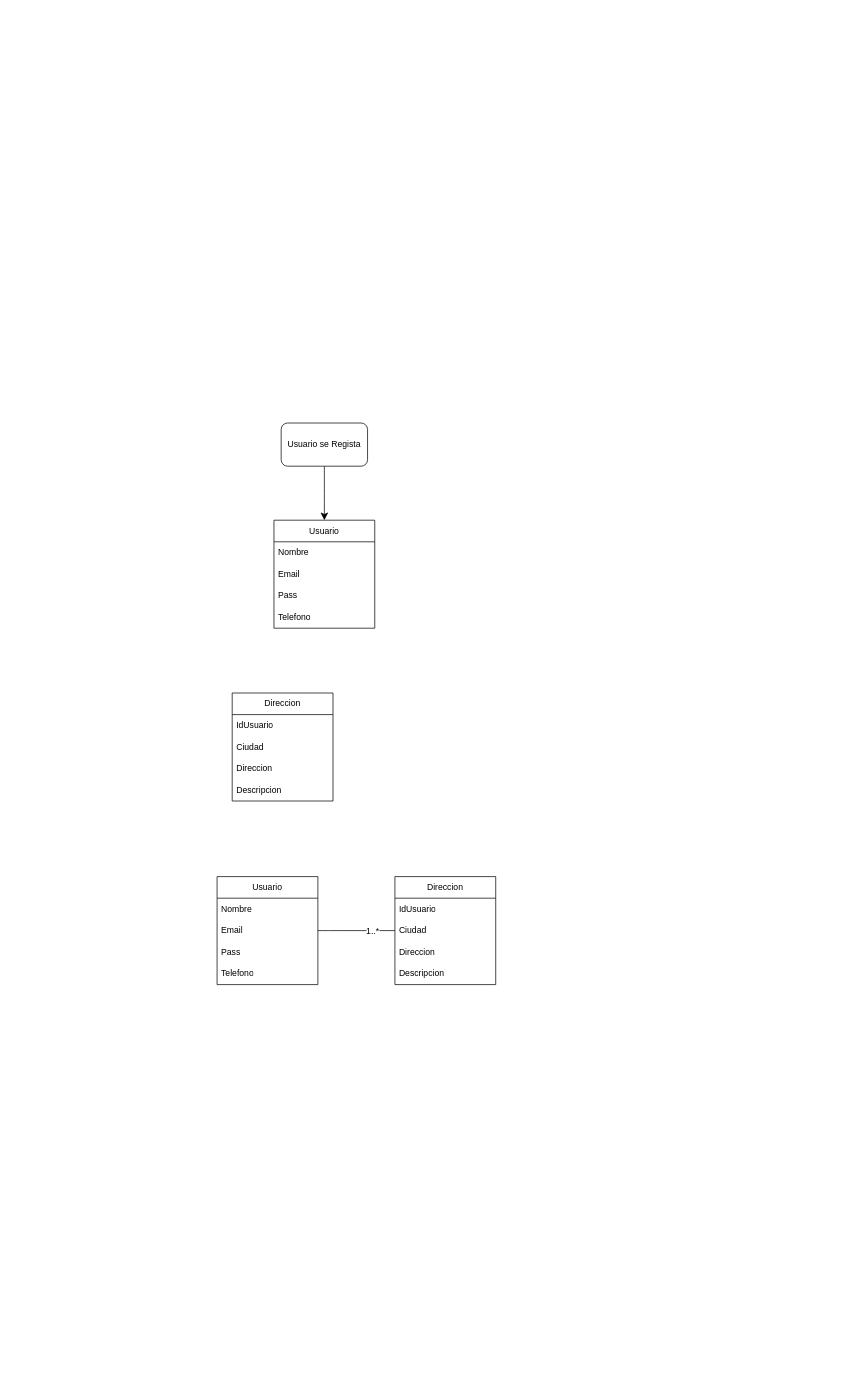
The draw.io diagram Orum.drawio in luigy23/Diagramas-drawio, before the edit. Source tidied: cells renumbered, new cells numbered last; positions are measured from the earlier drawing's top-left corner, leaving out a move shared by most shapes. Both pictures are drawn from the tidied source at 72%, with x=0, y=0 at pixel (217, 423).
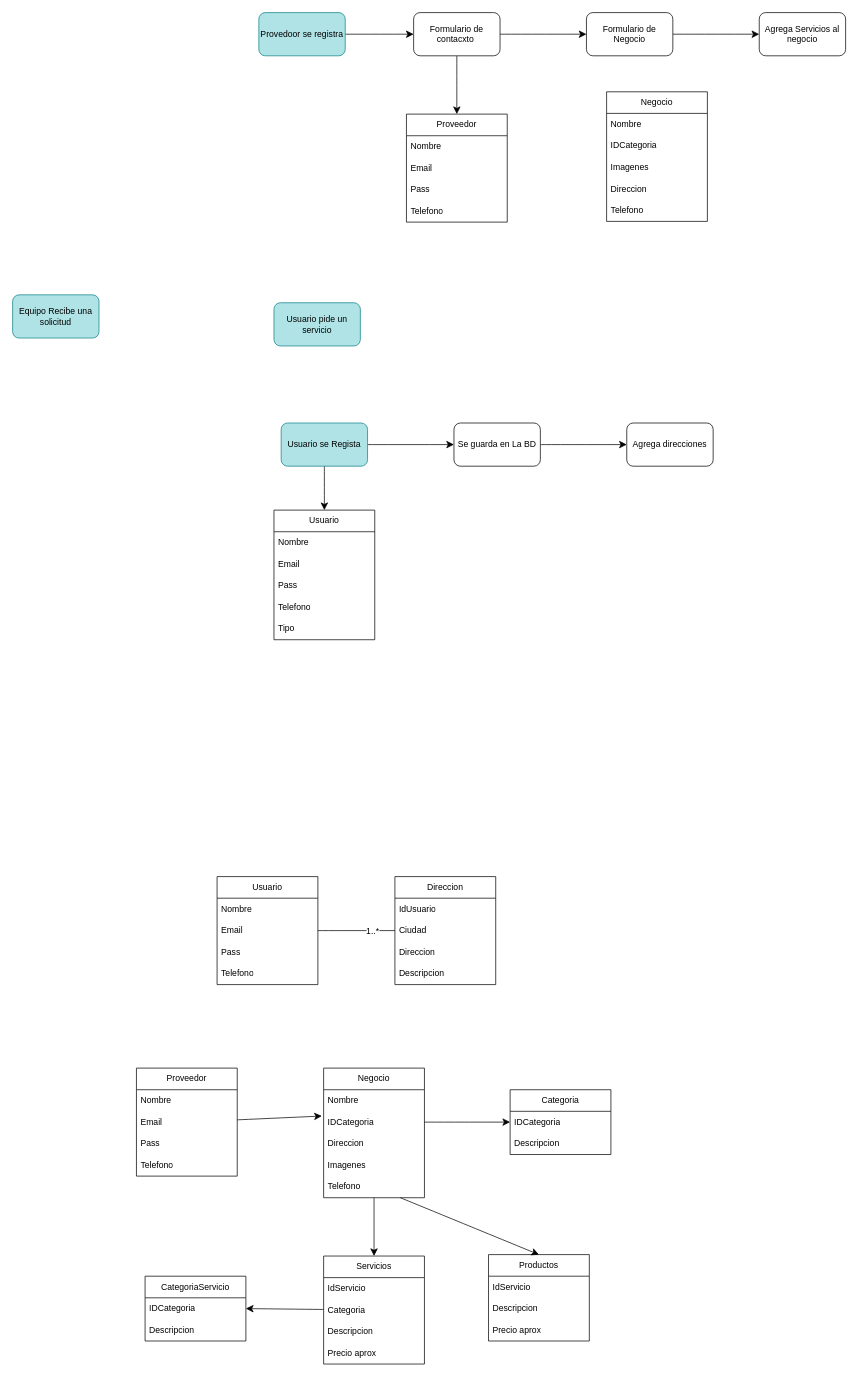
The same diagram, later.

Change to the diagram source:
```diff
@@
+    <mxCell id="26" style="edgeStyle=none;curved=1;rounded=0;jettySize=auto;html=1;fontSize=12;startSize=8;endSize=8;" parent="1" edge="1" source="3" target="29">
+      <mxGeometry relative="1" as="geometry" />
+    </mxCell>
-    <mxCell id="3" value="Usuario se Regista" style="rounded=1;whiteSpace=wrap;html=1;" parent="1" vertex="1">
+    <mxCell id="3" value="Usuario se Regista" style="rounded=1;whiteSpace=wrap;html=1;fillColor=#b0e3e6;strokeColor=#0e8088;" parent="1" vertex="1">
       <mxGeometry x="89" width="120" height="60" as="geometry" />
     </mxCell>
     <mxCell id="4" value="Usuario" style="swimlane;fontStyle=0;horizontal=1;startSize=30;whiteSpace=wrap;html=1;" parent="1" vertex="1">
-      <mxGeometry x="79" y="135" width="140" height="150" as="geometry" />
+      <mxGeometry x="79" y="121" width="140" height="180" as="geometry" />
     </mxCell>
@@
-    <mxCell id="9" value="Direccion" style="swimlane;fontStyle=0;horizontal=1;startSize=30;whiteSpace=wrap;html=1;" parent="1" vertex="1">
-      <mxGeometry x="21" y="375" width="140" height="150" as="geometry" />
-    </mxCell>
-    <mxCell id="10" value="IdUsuario" style="text;strokeColor=none;fillColor=none;align=left;verticalAlign=middle;spacingLeft=4;spacingRight=4;overflow=hidden;whiteSpace=wrap;html=1;" parent="9" vertex="1">
-      <mxGeometry y="30" width="140" height="30" as="geometry" />
-    </mxCell>
-    <mxCell id="11" value="Ciudad" style="text;strokeColor=none;fillColor=none;align=left;verticalAlign=middle;spacingLeft=4;spacingRight=4;overflow=hidden;whiteSpace=wrap;html=1;" parent="9" vertex="1">
-      <mxGeometry y="60" width="140" height="30" as="geometry" />
-    </mxCell>
-    <mxCell id="12" value="Direccion" style="text;strokeColor=none;fillColor=none;align=left;verticalAlign=middle;spacingLeft=4;spacingRight=4;overflow=hidden;whiteSpace=wrap;html=1;" parent="9" vertex="1">
-      <mxGeometry y="90" width="140" height="30" as="geometry" />
-    </mxCell>
-    <mxCell id="13" value="Descripcion" style="text;strokeColor=none;fillColor=none;align=left;verticalAlign=middle;spacingLeft=4;spacingRight=4;overflow=hidden;whiteSpace=wrap;html=1;" parent="9" vertex="1">
-      <mxGeometry y="120" width="140" height="30" as="geometry" />
-    </mxCell>
+    <mxCell id="27" value="Tipo" style="text;strokeColor=none;fillColor=none;align=left;verticalAlign=middle;spacingLeft=4;spacingRight=4;overflow=hidden;whiteSpace=wrap;html=1;" parent="4" vertex="1">
+      <mxGeometry y="150" width="140" height="30" as="geometry" />
+    </mxCell>
@@
+    <mxCell id="28" style="edgeStyle=none;curved=1;rounded=0;jettySize=auto;html=1;fontSize=12;startSize=8;endSize=8;" parent="1" edge="1" source="29" target="30">
+      <mxGeometry relative="1" as="geometry" />
+    </mxCell>
+    <mxCell id="29" value="Se guarda en La BD" style="rounded=1;whiteSpace=wrap;html=1;" parent="1" vertex="1">
+      <mxGeometry x="329" width="120" height="60" as="geometry" />
+    </mxCell>
+    <mxCell id="30" value="Agrega direcciones" style="rounded=1;whiteSpace=wrap;html=1;" parent="1" vertex="1">
+      <mxGeometry x="569" width="120" height="60" as="geometry" />
+    </mxCell>
+    <mxCell id="31" value="Usuario pide un servicio" style="rounded=1;whiteSpace=wrap;html=1;fillColor=#b0e3e6;strokeColor=#0e8088;" parent="1" vertex="1">
+      <mxGeometry x="79" y="-167" width="120" height="60" as="geometry" />
+    </mxCell>
+    <mxCell id="32" style="edgeStyle=none;curved=1;rounded=0;jettySize=auto;html=1;fontSize=12;startSize=8;endSize=8;" parent="1" edge="1" source="33" target="67">
+      <mxGeometry relative="1" as="geometry" />
+    </mxCell>
+    <mxCell id="33" value="Provedoor se registra" style="rounded=1;whiteSpace=wrap;html=1;fillColor=#b0e3e6;strokeColor=#0e8088;" parent="1" vertex="1">
+      <mxGeometry x="58" y="-570" width="120" height="60" as="geometry" />
+    </mxCell>
+    <mxCell id="34" value="Equipo Recibe una solicitud" style="rounded=1;whiteSpace=wrap;html=1;fillColor=#b0e3e6;strokeColor=#0e8088;" parent="1" vertex="1">
+      <mxGeometry x="-284" y="-178" width="120" height="60" as="geometry" />
+    </mxCell>
+    <mxCell id="35" value="Proveedor" style="swimlane;fontStyle=0;horizontal=1;startSize=30;whiteSpace=wrap;html=1;" parent="1" vertex="1">
+      <mxGeometry x="-112" y="896" width="140" height="150" as="geometry" />
+    </mxCell>
+    <mxCell id="36" value="Nombre" style="text;strokeColor=none;fillColor=none;align=left;verticalAlign=middle;spacingLeft=4;spacingRight=4;overflow=hidden;whiteSpace=wrap;html=1;" parent="35" vertex="1">
+      <mxGeometry y="30" width="140" height="30" as="geometry" />
+    </mxCell>
+    <mxCell id="37" value="Email" style="text;strokeColor=none;fillColor=none;align=left;verticalAlign=middle;spacingLeft=4;spacingRight=4;overflow=hidden;whiteSpace=wrap;html=1;" parent="35" vertex="1">
+      <mxGeometry y="60" width="140" height="30" as="geometry" />
+    </mxCell>
+    <mxCell id="38" value="Pass" style="text;strokeColor=none;fillColor=none;align=left;verticalAlign=middle;spacingLeft=4;spacingRight=4;overflow=hidden;whiteSpace=wrap;html=1;" parent="35" vertex="1">
+      <mxGeometry y="90" width="140" height="30" as="geometry" />
+    </mxCell>
+    <mxCell id="39" value="Telefono" style="text;strokeColor=none;fillColor=none;align=left;verticalAlign=middle;spacingLeft=4;spacingRight=4;overflow=hidden;whiteSpace=wrap;html=1;" parent="35" vertex="1">
+      <mxGeometry y="120" width="140" height="30" as="geometry" />
+    </mxCell>
+    <mxCell id="40" style="edgeStyle=none;curved=1;rounded=0;jettySize=auto;html=1;fontSize=12;startSize=8;endSize=8;" parent="1" edge="1" source="41" target="51">
+      <mxGeometry relative="1" as="geometry" />
+    </mxCell>
+    <mxCell id="41" value="Negocio" style="swimlane;fontStyle=0;horizontal=1;startSize=30;whiteSpace=wrap;html=1;" parent="1" vertex="1">
+      <mxGeometry x="148" y="896" width="140" height="180" as="geometry" />
+    </mxCell>
+    <mxCell id="42" value="Nombre" style="text;strokeColor=none;fillColor=none;align=left;verticalAlign=middle;spacingLeft=4;spacingRight=4;overflow=hidden;whiteSpace=wrap;html=1;" parent="41" vertex="1">
+      <mxGeometry y="30" width="140" height="30" as="geometry" />
+    </mxCell>
+    <mxCell id="43" value="IDCategoria" style="text;strokeColor=none;fillColor=none;align=left;verticalAlign=middle;spacingLeft=4;spacingRight=4;overflow=hidden;points=[[0,0.5],[1,0.5]];portConstraint=eastwest;whiteSpace=wrap;html=1;" parent="41" vertex="1">
+      <mxGeometry y="60" width="140" height="30" as="geometry" />
+    </mxCell>
+    <mxCell id="12" value="Direccion" style="text;strokeColor=none;fillColor=none;align=left;verticalAlign=middle;spacingLeft=4;spacingRight=4;overflow=hidden;whiteSpace=wrap;html=1;" parent="41" vertex="1">
+      <mxGeometry y="90" width="140" height="30" as="geometry" />
+    </mxCell>
+    <mxCell id="44" value="Imagenes" style="text;strokeColor=none;fillColor=none;align=left;verticalAlign=middle;spacingLeft=4;spacingRight=4;overflow=hidden;whiteSpace=wrap;html=1;" parent="41" vertex="1">
+      <mxGeometry y="120" width="140" height="30" as="geometry" />
+    </mxCell>
+    <mxCell id="45" value="Telefono" style="text;strokeColor=none;fillColor=none;align=left;verticalAlign=middle;spacingLeft=4;spacingRight=4;overflow=hidden;points=[[0,0.5],[1,0.5]];portConstraint=eastwest;whiteSpace=wrap;html=1;" parent="41" vertex="1">
+      <mxGeometry y="150" width="140" height="30" as="geometry" />
+    </mxCell>
+    <mxCell id="46" value="Categoria" style="swimlane;fontStyle=0;horizontal=1;startSize=30;whiteSpace=wrap;html=1;" parent="1" vertex="1">
+      <mxGeometry x="407" y="926" width="140" height="90" as="geometry" />
+    </mxCell>
+    <mxCell id="47" value="IDCategoria" style="text;strokeColor=none;fillColor=none;align=left;verticalAlign=middle;spacingLeft=4;spacingRight=4;overflow=hidden;points=[[0,0.5],[1,0.5]];portConstraint=eastwest;whiteSpace=wrap;html=1;" parent="46" vertex="1">
+      <mxGeometry y="30" width="140" height="30" as="geometry" />
+    </mxCell>
+    <mxCell id="48" value="Descripcion" style="text;strokeColor=none;fillColor=none;align=left;verticalAlign=middle;spacingLeft=4;spacingRight=4;overflow=hidden;whiteSpace=wrap;html=1;" parent="46" vertex="1">
+      <mxGeometry y="60" width="140" height="30" as="geometry" />
+    </mxCell>
+    <mxCell id="49" style="edgeStyle=none;curved=1;rounded=0;jettySize=auto;html=1;exitX=1;exitY=0.5;exitDx=0;exitDy=0;entryX=0;entryY=0.5;entryDx=0;entryDy=0;fontSize=12;startSize=8;endSize=8;" parent="1" edge="1" source="43" target="47">
+      <mxGeometry relative="1" as="geometry" />
+    </mxCell>
+    <mxCell id="50" style="edgeStyle=none;curved=1;rounded=0;jettySize=auto;html=1;entryX=-0.018;entryY=0.219;entryDx=0;entryDy=0;entryPerimeter=0;fontSize=12;startSize=8;endSize=8;" parent="1" edge="1" source="35" target="43">
+      <mxGeometry relative="1" as="geometry" />
+    </mxCell>
+    <mxCell id="51" value="Servicios" style="swimlane;fontStyle=0;horizontal=1;startSize=30;whiteSpace=wrap;html=1;" parent="1" vertex="1">
+      <mxGeometry x="148" y="1157" width="140" height="150" as="geometry" />
+    </mxCell>
+    <mxCell id="52" value="IdServicio" style="text;strokeColor=none;fillColor=none;align=left;verticalAlign=middle;spacingLeft=4;spacingRight=4;overflow=hidden;whiteSpace=wrap;html=1;" parent="51" vertex="1">
+      <mxGeometry y="30" width="140" height="30" as="geometry" />
+    </mxCell>
+    <mxCell id="53" value="Categoria" style="text;strokeColor=none;fillColor=none;align=left;verticalAlign=middle;spacingLeft=4;spacingRight=4;overflow=hidden;points=[[0,0.5],[1,0.5]];portConstraint=eastwest;whiteSpace=wrap;html=1;" parent="51" vertex="1">
+      <mxGeometry y="60" width="140" height="30" as="geometry" />
+    </mxCell>
+    <mxCell id="54" value="Descripcion" style="text;strokeColor=none;fillColor=none;align=left;verticalAlign=middle;spacingLeft=4;spacingRight=4;overflow=hidden;whiteSpace=wrap;html=1;" parent="51" vertex="1">
+      <mxGeometry y="90" width="140" height="30" as="geometry" />
+    </mxCell>
+    <mxCell id="55" value="Precio aprox" style="text;strokeColor=none;fillColor=none;align=left;verticalAlign=middle;spacingLeft=4;spacingRight=4;overflow=hidden;whiteSpace=wrap;html=1;" parent="51" vertex="1">
+      <mxGeometry y="120" width="140" height="30" as="geometry" />
+    </mxCell>
+    <mxCell id="56" value="Productos" style="swimlane;fontStyle=0;horizontal=1;startSize=30;whiteSpace=wrap;html=1;" parent="1" vertex="1">
+      <mxGeometry x="377" y="1155" width="140" height="120" as="geometry" />
+    </mxCell>
+    <mxCell id="57" value="IdServicio" style="text;strokeColor=none;fillColor=none;align=left;verticalAlign=middle;spacingLeft=4;spacingRight=4;overflow=hidden;whiteSpace=wrap;html=1;" parent="56" vertex="1">
+      <mxGeometry y="30" width="140" height="30" as="geometry" />
+    </mxCell>
+    <mxCell id="58" value="Descripcion" style="text;strokeColor=none;fillColor=none;align=left;verticalAlign=middle;spacingLeft=4;spacingRight=4;overflow=hidden;whiteSpace=wrap;html=1;" parent="56" vertex="1">
+      <mxGeometry y="60" width="140" height="30" as="geometry" />
+    </mxCell>
+    <mxCell id="59" value="Precio aprox" style="text;strokeColor=none;fillColor=none;align=left;verticalAlign=middle;spacingLeft=4;spacingRight=4;overflow=hidden;whiteSpace=wrap;html=1;" parent="56" vertex="1">
+      <mxGeometry y="90" width="140" height="30" as="geometry" />
+    </mxCell>
+    <mxCell id="60" value="CategoriaServicio" style="swimlane;fontStyle=0;horizontal=1;startSize=30;whiteSpace=wrap;html=1;" parent="1" vertex="1">
+      <mxGeometry x="-100" y="1185" width="140" height="90" as="geometry" />
+    </mxCell>
+    <mxCell id="61" value="IDCategoria" style="text;strokeColor=none;fillColor=none;align=left;verticalAlign=middle;spacingLeft=4;spacingRight=4;overflow=hidden;points=[[0,0.5],[1,0.5]];portConstraint=eastwest;whiteSpace=wrap;html=1;" parent="60" vertex="1">
+      <mxGeometry y="30" width="140" height="30" as="geometry" />
+    </mxCell>
+    <mxCell id="62" value="Descripcion" style="text;strokeColor=none;fillColor=none;align=left;verticalAlign=middle;spacingLeft=4;spacingRight=4;overflow=hidden;whiteSpace=wrap;html=1;" parent="60" vertex="1">
+      <mxGeometry y="60" width="140" height="30" as="geometry" />
+    </mxCell>
+    <mxCell id="63" style="edgeStyle=none;curved=1;rounded=0;jettySize=auto;html=1;entryX=1;entryY=0.5;entryDx=0;entryDy=0;fontSize=12;startSize=8;endSize=8;" parent="1" edge="1" source="53" target="61">
+      <mxGeometry relative="1" as="geometry" />
+    </mxCell>
+    <mxCell id="64" style="edgeStyle=none;curved=1;rounded=0;jettySize=auto;html=1;entryX=0.5;entryY=0;entryDx=0;entryDy=0;fontSize=12;startSize=8;endSize=8;" parent="1" edge="1" source="45" target="56">
+      <mxGeometry relative="1" as="geometry" />
+    </mxCell>
+    <mxCell id="65" style="edgeStyle=none;curved=1;rounded=0;jettySize=auto;html=1;entryX=0.5;entryY=0;entryDx=0;entryDy=0;fontSize=12;startSize=8;endSize=8;" parent="1" edge="1" source="67" target="68">
+      <mxGeometry relative="1" as="geometry" />
+    </mxCell>
+    <mxCell id="66" style="edgeStyle=none;curved=1;rounded=0;jettySize=auto;html=1;fontSize=12;startSize=8;endSize=8;" parent="1" edge="1" source="67" target="74">
+      <mxGeometry relative="1" as="geometry" />
+    </mxCell>
+    <mxCell id="67" value="Formulario de contacxto&amp;nbsp;" style="rounded=1;whiteSpace=wrap;html=1;" parent="1" vertex="1">
+      <mxGeometry x="273" y="-570" width="120" height="60" as="geometry" />
+    </mxCell>
+    <mxCell id="68" value="Proveedor" style="swimlane;fontStyle=0;horizontal=1;startSize=30;whiteSpace=wrap;html=1;" parent="1" vertex="1">
+      <mxGeometry x="263" y="-429" width="140" height="150" as="geometry" />
+    </mxCell>
+    <mxCell id="69" value="Nombre" style="text;strokeColor=none;fillColor=none;align=left;verticalAlign=middle;spacingLeft=4;spacingRight=4;overflow=hidden;whiteSpace=wrap;html=1;" parent="68" vertex="1">
+      <mxGeometry y="30" width="140" height="30" as="geometry" />
+    </mxCell>
+    <mxCell id="70" value="Email" style="text;strokeColor=none;fillColor=none;align=left;verticalAlign=middle;spacingLeft=4;spacingRight=4;overflow=hidden;whiteSpace=wrap;html=1;" parent="68" vertex="1">
+      <mxGeometry y="60" width="140" height="30" as="geometry" />
+    </mxCell>
+    <mxCell id="71" value="Pass" style="text;strokeColor=none;fillColor=none;align=left;verticalAlign=middle;spacingLeft=4;spacingRight=4;overflow=hidden;whiteSpace=wrap;html=1;" parent="68" vertex="1">
+      <mxGeometry y="90" width="140" height="30" as="geometry" />
+    </mxCell>
+    <mxCell id="72" value="Telefono" style="text;strokeColor=none;fillColor=none;align=left;verticalAlign=middle;spacingLeft=4;spacingRight=4;overflow=hidden;whiteSpace=wrap;html=1;" parent="68" vertex="1">
+      <mxGeometry y="120" width="140" height="30" as="geometry" />
+    </mxCell>
+    <mxCell id="73" style="edgeStyle=none;curved=1;rounded=0;jettySize=auto;html=1;fontSize=12;startSize=8;endSize=8;" parent="1" edge="1" source="74" target="80">
+      <mxGeometry relative="1" as="geometry" />
+    </mxCell>
+    <mxCell id="74" value="Formulario de Negocio" style="rounded=1;whiteSpace=wrap;html=1;" parent="1" vertex="1">
+      <mxGeometry x="513" y="-570" width="120" height="60" as="geometry" />
+    </mxCell>
+    <mxCell id="75" value="Negocio" style="swimlane;fontStyle=0;horizontal=1;startSize=30;whiteSpace=wrap;html=1;" parent="1" vertex="1">
+      <mxGeometry x="541" y="-460" width="140" height="180" as="geometry" />
+    </mxCell>
+    <mxCell id="76" value="Nombre" style="text;strokeColor=none;fillColor=none;align=left;verticalAlign=middle;spacingLeft=4;spacingRight=4;overflow=hidden;whiteSpace=wrap;html=1;" parent="75" vertex="1">
+      <mxGeometry y="30" width="140" height="30" as="geometry" />
+    </mxCell>
+    <mxCell id="77" value="IDCategoria" style="text;strokeColor=none;fillColor=none;align=left;verticalAlign=middle;spacingLeft=4;spacingRight=4;overflow=hidden;whiteSpace=wrap;html=1;" parent="75" vertex="1">
+      <mxGeometry y="60" width="140" height="30" as="geometry" />
+    </mxCell>
+    <mxCell id="78" value="Imagenes" style="text;strokeColor=none;fillColor=none;align=left;verticalAlign=middle;spacingLeft=4;spacingRight=4;overflow=hidden;whiteSpace=wrap;html=1;" parent="75" vertex="1">
+      <mxGeometry y="90" width="140" height="30" as="geometry" />
+    </mxCell>
+    <mxCell id="9" value="Direccion" style="text;strokeColor=none;fillColor=none;align=left;verticalAlign=middle;spacingLeft=4;spacingRight=4;overflow=hidden;whiteSpace=wrap;html=1;" parent="75" vertex="1">
+      <mxGeometry y="120" width="140" height="30" as="geometry" />
+    </mxCell>
+    <mxCell id="79" value="Telefono" style="text;strokeColor=none;fillColor=none;align=left;verticalAlign=middle;spacingLeft=4;spacingRight=4;overflow=hidden;whiteSpace=wrap;html=1;" parent="75" vertex="1">
+      <mxGeometry y="150" width="140" height="30" as="geometry" />
+    </mxCell>
+    <mxCell id="80" value="Agrega Servicios al negocio" style="rounded=1;whiteSpace=wrap;html=1;" parent="1" vertex="1">
+      <mxGeometry x="753" y="-570" width="120" height="60" as="geometry" />
+    </mxCell>
```
